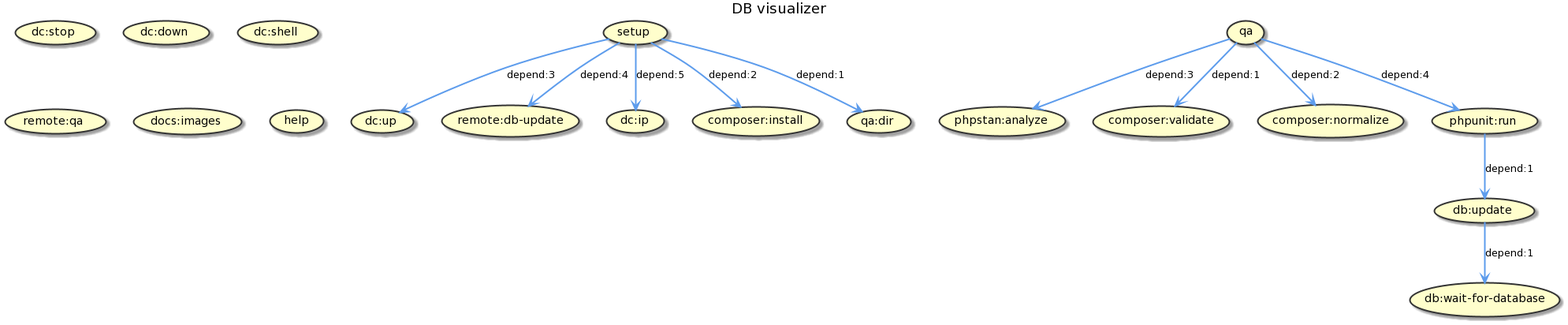
Earlier version of the PlantUML export docs/images/build.png (jawira/db-draw).
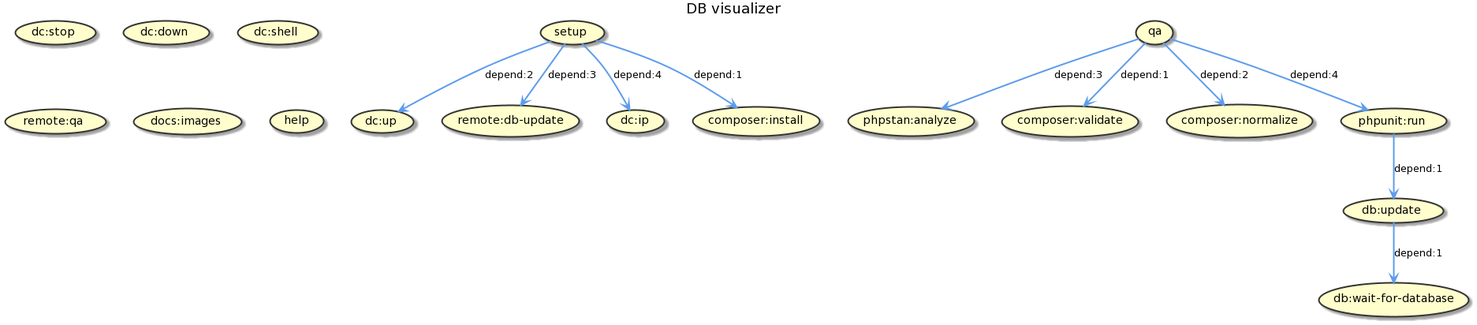
The same file after the commit.

Change to the diagram source:
```diff
@@ -24,15 +24,13 @@
 (docs:images)
 (phpunit:run)
 (db:wait-for-database)
-(qa:dir)
 (help)
 
 
-(setup) -[#5D9CEC]-> (qa:dir) : depend:1
-(setup) -[#5D9CEC]-> (composer:install) : depend:2
-(setup) -[#5D9CEC]-> (dc:up) : depend:3
-(setup) -[#5D9CEC]-> (remote:db-update) : depend:4
-(setup) -[#5D9CEC]-> (dc:ip) : depend:5
+(setup) -[#5D9CEC]-> (composer:install) : depend:1
+(setup) -[#5D9CEC]-> (dc:up) : depend:2
+(setup) -[#5D9CEC]-> (remote:db-update) : depend:3
+(setup) -[#5D9CEC]-> (dc:ip) : depend:4
 (qa) -[#5D9CEC]-> (composer:validate) : depend:1
 (qa) -[#5D9CEC]-> (composer:normalize) : depend:2
 (qa) -[#5D9CEC]-> (phpstan:analyze) : depend:3
```
